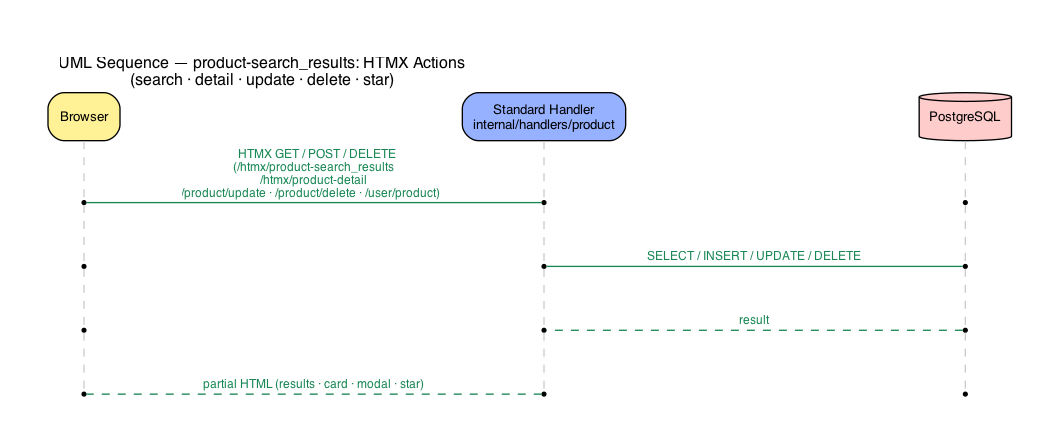
This is docs/flow_product_search.png from CFF4HA/Dashboard, a Graphviz export, as it was before one commit. Its source is kept beside it as docs/flow_product_search.dot. Source of this version:
```dot
digraph flow_product_htmx {
  rankdir=TB
  graph [
    label="UML Sequence — product-search_results: HTMX Actions\n(search · detail · update · delete · star)",
    labelloc=t, labeljust=l,
    fontname="Helvetica", fontsize=12,
    nodesep=2.0, ranksep=0.6,
    splines=polyline, pad=0.5
  ]
  node [fontname="Helvetica", fontsize=10, height=0.5]
  edge [fontname="Helvetica", fontsize=9, arrowsize=0.75]

  { rank=min
    Browser [label="Browser",                                   shape=rect,     style="filled,rounded", fillcolor="#fff196"]
    Handler [label="Standard Handler\ninternal/handlers/product", shape=rect,  style="filled,rounded", fillcolor="#96b1ff"]
    DB      [label="PostgreSQL",                                 shape=cylinder, style=filled,           fillcolor="#ffcccc"]
  }

  node [shape=point, width=0.04, height=0.04, label=""]

  edge [style=dashed, arrowhead=none, color="#cccccc", weight=20]
  Browser -> b0 -> b1 -> b2 -> b3
  Handler -> h0 -> h1 -> h2 -> h3
  DB      -> d0 -> d1 -> d2 -> d3

  { rank=same; b0; h0; d0 }
  { rank=same; b1; h1; d1 }
  { rank=same; b2; h2; d2 }
  { rank=same; b3; h3; d3 }

  edge [constraint=false, fontsize=9]
  b0 -> h0 [label="  HTMX GET / POST / DELETE\n(/htmx/product-search_results\n/htmx/product-detail\n/product/update · /product/delete · /user/product)  ", style=solid,  color="#198754", fontcolor="#198754"]
  h1 -> d1 [label="  SELECT / INSERT / UPDATE / DELETE  ",                                                                                                    style=solid,  color="#198754", fontcolor="#198754"]
  d2 -> h2 [label="  result  ",                                                                                                                                style=dashed, color="#198754", fontcolor="#198754"]
  h3 -> b3 [label="  partial HTML (results · card · modal · star)  ",                                                                                         style=dashed, color="#198754", fontcolor="#198754"]
}
```
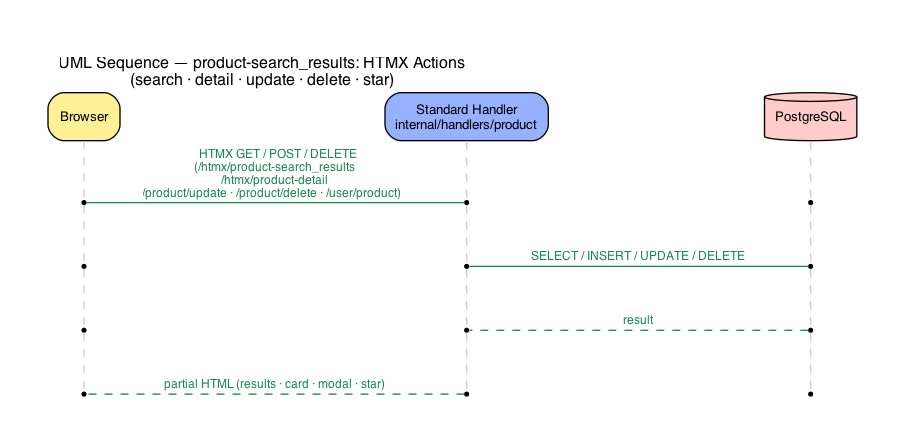
The same file after the commit.

Diff of the diagram source:
```diff
@@ -4,8 +4,8 @@
     label="UML Sequence — product-search_results: HTMX Actions\n(search · detail · update · delete · star)",
     labelloc=t, labeljust=l,
     fontname="Helvetica", fontsize=12,
-    nodesep=2.0, ranksep=0.6,
-    splines=polyline, pad=0.5
+    nodesep=1.2, ranksep=0.6,
+    splines=line, pad=0.5
   ]
   node [fontname="Helvetica", fontsize=10, height=0.5]
   edge [fontname="Helvetica", fontsize=9, arrowsize=0.75]
@@ -29,8 +29,8 @@
   { rank=same; b3; h3; d3 }
 
   edge [constraint=false, fontsize=9]
-  b0 -> h0 [label="  HTMX GET / POST / DELETE\n(/htmx/product-search_results\n/htmx/product-detail\n/product/update · /product/delete · /user/product)  ", style=solid,  color="#198754", fontcolor="#198754"]
-  h1 -> d1 [label="  SELECT / INSERT / UPDATE / DELETE  ",                                                                                                    style=solid,  color="#198754", fontcolor="#198754"]
-  d2 -> h2 [label="  result  ",                                                                                                                                style=dashed, color="#198754", fontcolor="#198754"]
-  h3 -> b3 [label="  partial HTML (results · card · modal · star)  ",                                                                                         style=dashed, color="#198754", fontcolor="#198754"]
+  b0 -> h0 [label="  HTMX GET / POST / DELETE\n(/htmx/product-search_results\n/htmx/product-detail\n/product/update · /product/delete · /user/product)  \n", style=solid,  color="#198754", fontcolor="#198754"]
+  h1 -> d1 [label="  SELECT / INSERT / UPDATE / DELETE  \n",                                                                                                    style=solid,  color="#198754", fontcolor="#198754"]
+  d2 -> h2 [label="  result  \n",                                                                                                                                style=dashed, color="#198754", fontcolor="#198754"]
+  h3 -> b3 [label="  partial HTML (results · card · modal · star)  \n",                                                                                         style=dashed, color="#198754", fontcolor="#198754"]
 }
```
